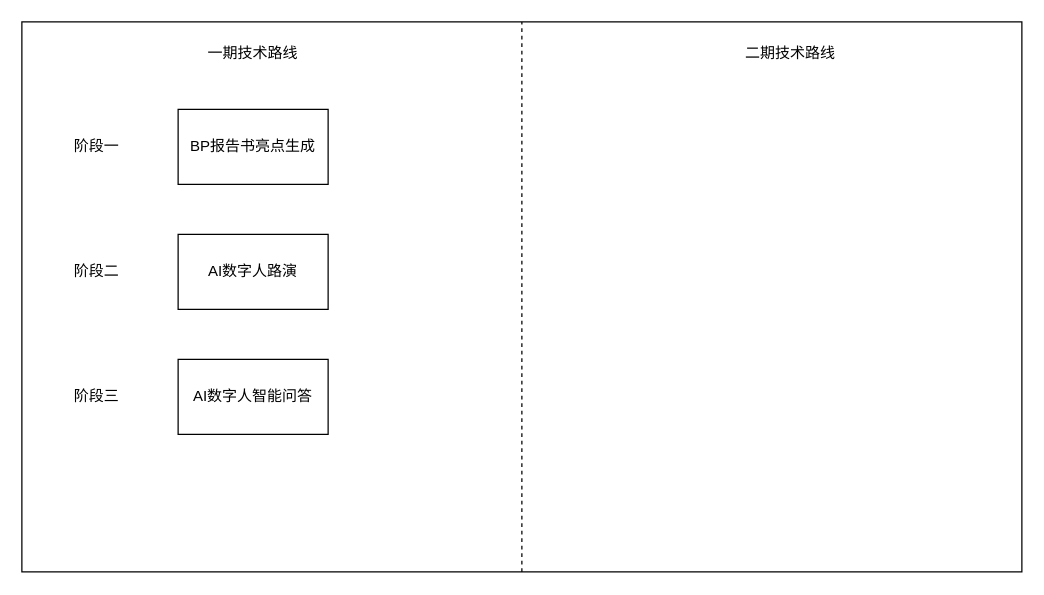
lengyueit/paper_pic keeps this draw.io diagram as FA流程图.drawio. Above is the earlier version. Source tidied: cells renumbered, new cells numbered last; positions are measured from the earlier drawing's top-left corner, leaving out a move shared by most shapes. Both pictures are drawn from the tidied source at 125%, with x=0, y=0 at pixel (21, 21).
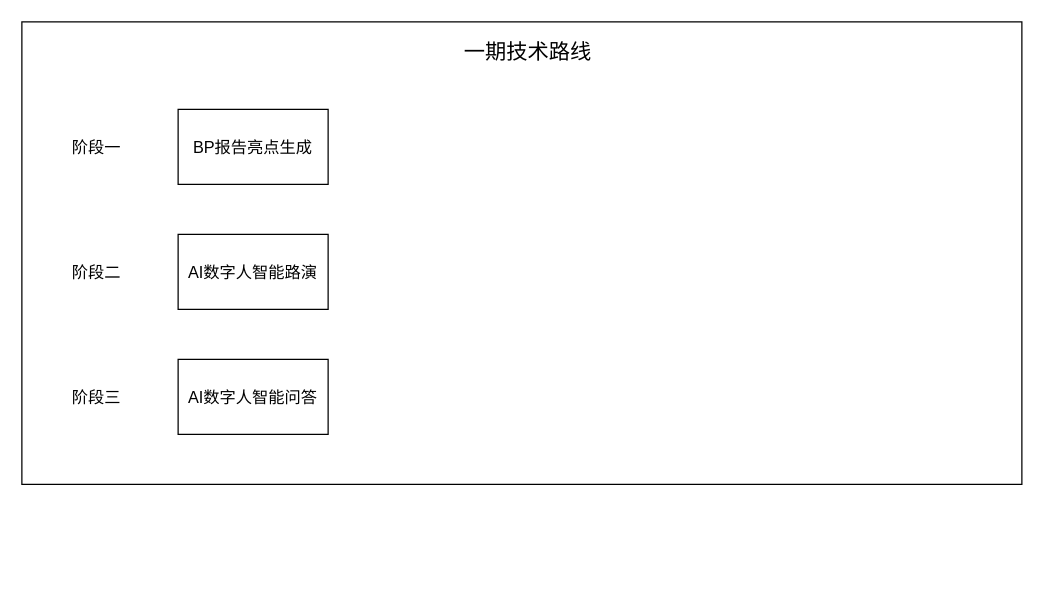
The same page after the edit.

Commit message (it also covers changes not shown here):
更新FA流程图.drawio

Diff of the diagram source:
```diff
@@
 <mxGraphModel>
   <root>
     <mxCell id="0" />
     <mxCell id="1" parent="0" />
-    <mxCell id="2" style="rounded=0;whiteSpace=wrap;html=1;" parent="1" vertex="1">
-      <mxGeometry width="800" height="440" as="geometry" />
+    <mxCell id="2" style="rounded=0;whiteSpace=wrap;html=1;fontSize=13;" parent="1" vertex="1">
+      <mxGeometry width="800" height="370" as="geometry" />
     </mxCell>
-    <mxCell id="3" value="BP报告书亮点生成" style="rounded=0;whiteSpace=wrap;html=1;" parent="1" vertex="1">
+    <mxCell id="3" value="BP报告亮点生成" style="rounded=0;whiteSpace=wrap;html=1;fontSize=13;" parent="1" vertex="1">
       <mxGeometry x="125" y="70" width="120" height="60" as="geometry" />
     </mxCell>
-    <mxCell id="4" style="endArrow=none;dashed=1;html=1;rounded=0;exitX=0.5;exitY=1;exitDx=0;exitDy=0;entryX=0.5;entryY=0;entryDx=0;entryDy=0;" parent="1" edge="1" source="2" target="2">
-      <mxGeometry relative="1" as="geometry" />
-    </mxCell>
-    <mxCell id="5" value="一期技术路线" style="text;html=1;align=center;verticalAlign=middle;whiteSpace=wrap;rounded=0;" parent="1" vertex="1">
-      <mxGeometry x="130" y="10" width="110" height="30" as="geometry" />
+    <mxCell id="5" value="一期技术路线" style="text;html=1;align=center;verticalAlign=middle;whiteSpace=wrap;rounded=0;fontSize=17;" parent="1" vertex="1">
+      <mxGeometry x="260" y="10" width="290" height="30" as="geometry" />
     </mxCell>
-    <mxCell id="6" value="二期技术路线" style="text;html=1;align=center;verticalAlign=middle;whiteSpace=wrap;rounded=0;" parent="1" vertex="1">
-      <mxGeometry x="560" y="10" width="110" height="30" as="geometry" />
-    </mxCell>
-    <mxCell id="7" value="AI数字人路演" style="rounded=0;whiteSpace=wrap;html=1;" parent="1" vertex="1">
+    <mxCell id="7" value="AI数字人智能路演" style="rounded=0;whiteSpace=wrap;html=1;fontSize=13;" parent="1" vertex="1">
       <mxGeometry x="125" y="170" width="120" height="60" as="geometry" />
     </mxCell>
-    <mxCell id="8" value="AI数字人智能问答" style="rounded=0;whiteSpace=wrap;html=1;" parent="1" vertex="1">
+    <mxCell id="8" value="AI数字人智能问答" style="rounded=0;whiteSpace=wrap;html=1;fontSize=13;" parent="1" vertex="1">
       <mxGeometry x="125" y="270" width="120" height="60" as="geometry" />
     </mxCell>
-    <mxCell id="9" value="阶段一" style="text;html=1;align=center;verticalAlign=middle;whiteSpace=wrap;rounded=0;" parent="1" vertex="1">
+    <mxCell id="9" value="阶段一" style="text;html=1;align=center;verticalAlign=middle;whiteSpace=wrap;rounded=0;fontSize=13;" parent="1" vertex="1">
       <mxGeometry x="30" y="85" width="60" height="30" as="geometry" />
     </mxCell>
-    <mxCell id="10" value="阶段二" style="text;html=1;align=center;verticalAlign=middle;whiteSpace=wrap;rounded=0;" parent="1" vertex="1">
+    <mxCell id="10" value="阶段二" style="text;html=1;align=center;verticalAlign=middle;whiteSpace=wrap;rounded=0;fontSize=13;" parent="1" vertex="1">
       <mxGeometry x="30" y="185" width="60" height="30" as="geometry" />
     </mxCell>
-    <mxCell id="11" value="阶段三" style="text;html=1;align=center;verticalAlign=middle;whiteSpace=wrap;rounded=0;" parent="1" vertex="1">
+    <mxCell id="11" value="阶段三" style="text;html=1;align=center;verticalAlign=middle;whiteSpace=wrap;rounded=0;fontSize=13;" parent="1" vertex="1">
       <mxGeometry x="30" y="285" width="60" height="30" as="geometry" />
     </mxCell>
   </root>
 </mxGraphModel>
```
